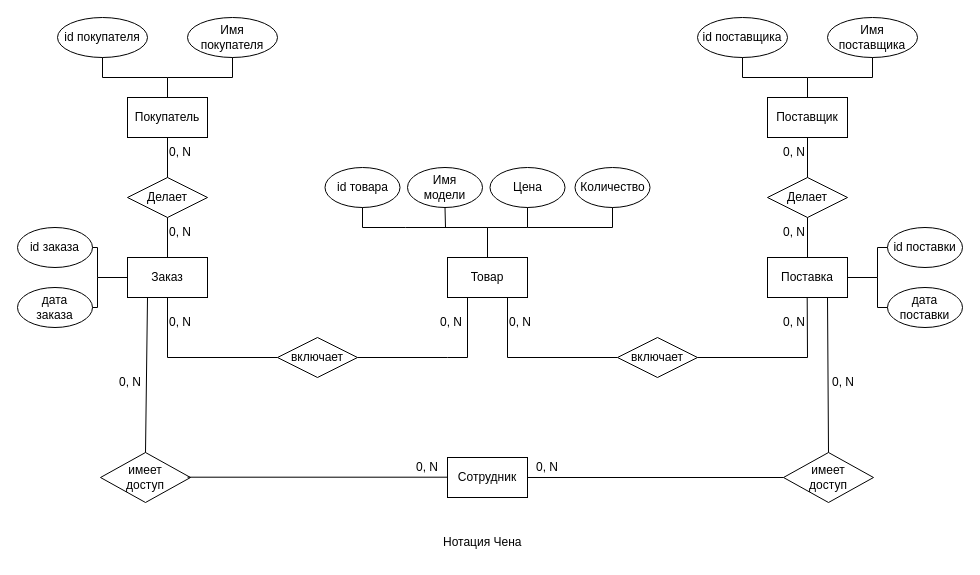
Above: КМПО V1.1.drawio in marsek4/ssp (draw.io), before the change. Source tidied: cells renumbered, new cells numbered last; positions are measured from the earlier drawing's top-left corner, leaving out a move shared by most shapes. Both pictures are drawn from the tidied source at 100%, with x=0, y=0 at pixel (17, 17).
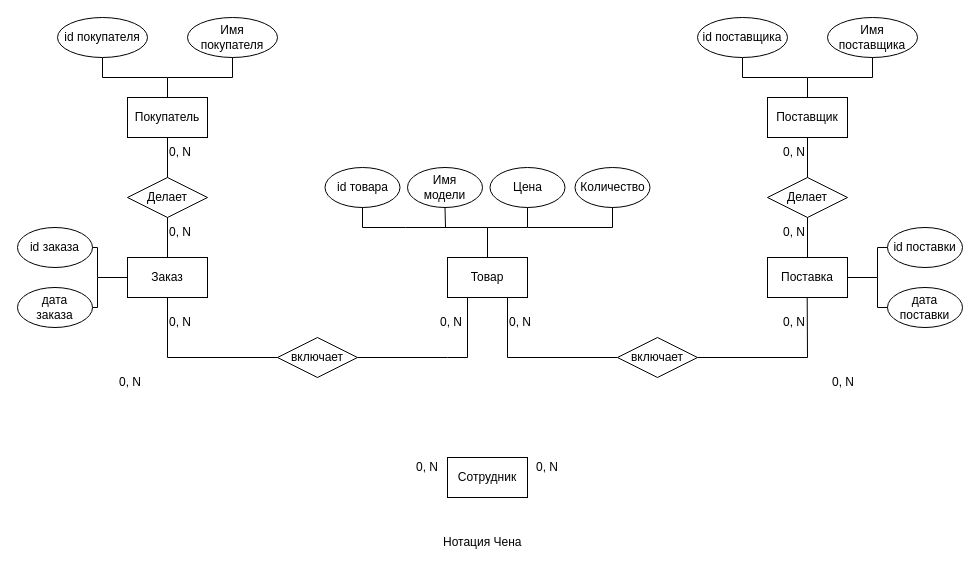
After the change.

The change refers to these unchanged cells:
```xml
<mxCell id="8" value="Заказ" style="rounded=0;whiteSpace=wrap;html=1;" parent="1" vertex="1">
  <mxGeometry x="110" y="240" width="80" height="40" as="geometry" />
</mxCell>
<mxCell id="14" value="Поставка" style="rounded=0;whiteSpace=wrap;html=1;" parent="1" vertex="1">
  <mxGeometry x="750" y="240" width="80" height="40" as="geometry" />
</mxCell>
<mxCell id="49" value="Сотрудник" style="rounded=0;whiteSpace=wrap;html=1;" parent="1" vertex="1">
  <mxGeometry x="430" y="440" width="80" height="40" as="geometry" />
</mxCell>
```

The edit, as a diff of the source:
```diff
@@
-    <mxCell id="50" value="имеет&lt;br&gt;доступ" style="rhombus;whiteSpace=wrap;html=1;" parent="1" vertex="1">
-      <mxGeometry x="766" y="435" width="90" height="50" as="geometry" />
-    </mxCell>
-    <mxCell id="51" value="имеет&lt;br&gt;доступ" style="rhombus;whiteSpace=wrap;html=1;" parent="1" vertex="1">
-      <mxGeometry x="83" y="435" width="90" height="50" as="geometry" />
-    </mxCell>
-    <mxCell id="52" style="endArrow=none;html=1;rounded=0;exitX=1;exitY=0.5;exitDx=0;exitDy=0;entryX=0;entryY=0.5;entryDx=0;entryDy=0;" parent="1" edge="1" source="49" target="50">
-      <mxGeometry relative="1" as="geometry" />
-    </mxCell>
-    <mxCell id="53" style="endArrow=none;html=1;rounded=0;exitX=1;exitY=0.5;exitDx=0;exitDy=0;entryX=0;entryY=0.5;entryDx=0;entryDy=0;" parent="1" edge="1">
-      <mxGeometry relative="1" as="geometry">
-        <mxPoint x="170" y="459.7" as="sourcePoint" />
-        <mxPoint x="430" y="459.7" as="targetPoint" />
-      </mxGeometry>
-    </mxCell>
-    <mxCell id="54" style="endArrow=none;html=1;rounded=0;exitX=0.5;exitY=0;exitDx=0;exitDy=0;entryX=0.25;entryY=1;entryDx=0;entryDy=0;" parent="1" edge="1" source="51" target="8">
-      <mxGeometry relative="1" as="geometry" />
-    </mxCell>
-    <mxCell id="55" style="endArrow=none;html=1;rounded=0;exitX=0.5;exitY=0;exitDx=0;exitDy=0;entryX=0.75;entryY=1;entryDx=0;entryDy=0;" parent="1" edge="1" source="50" target="14">
-      <mxGeometry relative="1" as="geometry" />
-    </mxCell>
```
